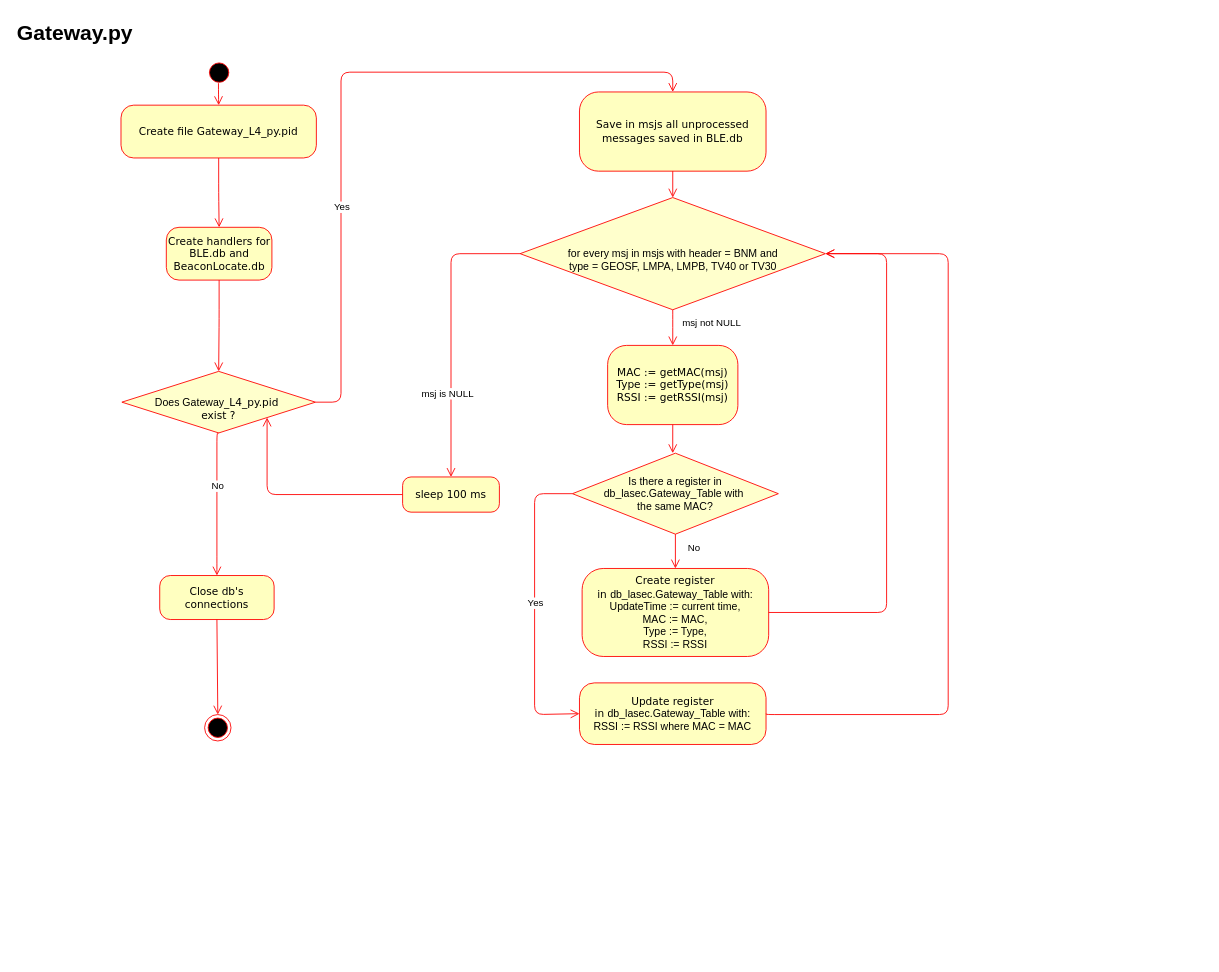
CesarRodriguez14/Tag_Vehiculo_4_0_Diagramas keeps this draw.io diagram as Modules/Gateway_py.drawio. Above is the earlier version. Source tidied: cells renumbered, new cells numbered last; positions are measured from the earlier drawing's top-left corner, leaving out a move shared by most shapes. Both pictures are drawn from the tidied source at 88%, with x=0, y=0 at pixel (15, 15).
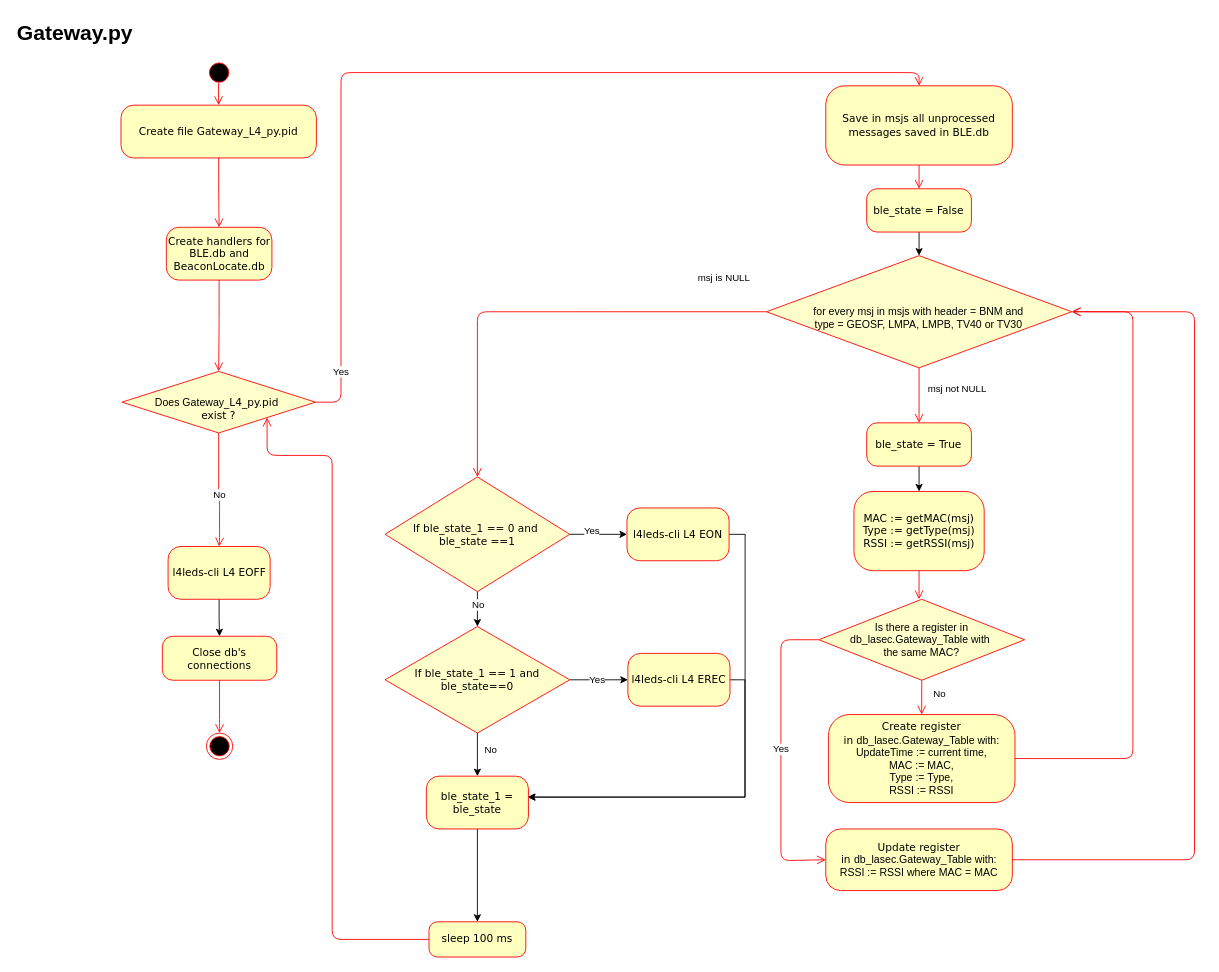
Above is the later version.

Unchanged cells that the change refers to:
```xml
<mxCell id="10" value="&lt;div&gt;&lt;br&gt;&lt;/div&gt;Does Gateway&lt;span style=&quot;font-family: Verdana;&quot;&gt;_L4_py&lt;/span&gt;&lt;span style=&quot;font-family: Verdana;&quot;&gt;.pid&lt;/span&gt;&lt;span style=&quot;font-family: Verdana;&quot;&gt;&amp;nbsp;&lt;/span&gt;&lt;div&gt;&lt;span style=&quot;font-family: Verdana;&quot;&gt;exist ?&lt;/span&gt;&lt;/div&gt;" style="rhombus;whiteSpace=wrap;html=1;fillColor=#FFFFCC;strokeColor=#FF0000;" parent="1" vertex="1">
  <mxGeometry x="121" y="404.5" width="220" height="70" as="geometry" />
</mxCell>
```

What changed in the source:
```diff
@@
-    <mxCell id="6" style="edgeStyle=orthogonalEdgeStyle;html=1;labelBackgroundColor=none;endArrow=open;endSize=8;strokeColor=#ff0000;fontFamily=Verdana;fontSize=12;align=left;exitX=0.5;exitY=1;exitDx=0;exitDy=0;entryX=0.5;entryY=0;entryDx=0;entryDy=0;" parent="1" edge="1" source="19" target="22">
+    <mxCell id="6" style="edgeStyle=orthogonalEdgeStyle;html=1;labelBackgroundColor=none;endArrow=open;endSize=8;strokeColor=#ff0000;fontFamily=Verdana;fontSize=12;align=left;exitX=0.5;exitY=1;exitDx=0;exitDy=0;entryX=0.5;entryY=0;entryDx=0;entryDy=0;" parent="1" edge="1" source="19" target="40">
       <mxGeometry relative="1" as="geometry">
         <Array as="points">
-          <mxPoint x="747" y="344.5" />
-          <mxPoint x="747" y="344.5" />
+          <mxPoint x="1026.9" y="463" />
+          <mxPoint x="1026.9" y="463" />
         </Array>
       </mxGeometry>
     </mxCell>
@@
     <mxCell id="11" value="Close db's connections" style="rounded=1;whiteSpace=wrap;html=1;arcSize=24;fillColor=#ffffc0;strokeColor=#ff0000;shadow=0;comic=0;labelBackgroundColor=none;fontFamily=Verdana;fontSize=12;fontColor=#000000;align=center;" parent="1" vertex="1">
-      <mxGeometry x="164" y="636.5" width="130" height="50" as="geometry" />
+      <mxGeometry x="167" y="705.5" width="130" height="50" as="geometry" />
     </mxCell>
-    <mxCell id="12" style="edgeStyle=orthogonalEdgeStyle;html=1;labelBackgroundColor=none;endArrow=open;endSize=8;strokeColor=#ff0000;fontFamily=Verdana;fontSize=12;align=left;exitX=0.5;exitY=1;exitDx=0;exitDy=0;entryX=0.5;entryY=0;entryDx=0;entryDy=0;" parent="1" edge="1" source="10" target="11">
+    <mxCell id="12" style="edgeStyle=orthogonalEdgeStyle;html=1;labelBackgroundColor=none;endArrow=open;endSize=8;strokeColor=#ff0000;fontFamily=Verdana;fontSize=12;align=left;exitX=0.5;exitY=1;exitDx=0;exitDy=0;entryX=0.5;entryY=0;entryDx=0;entryDy=0;" parent="1" edge="1" source="10" target="58">
       <mxGeometry relative="1" as="geometry">
         <Array as="points">
-          <mxPoint x="229" y="624.5" />
-          <mxPoint x="229" y="624.5" />
+          <mxPoint x="231" y="550" />
+          <mxPoint x="232" y="550" />
+          <mxPoint x="232" y="595" />
         </Array>
       </mxGeometry>
     </mxCell>
     <mxCell id="13" value="No" style="edgeLabel;html=1;align=center;verticalAlign=middle;" parent="12" vertex="1">
       <mxGeometry x="-0.19" relative="1" as="geometry">
-        <mxPoint y="-4" as="offset" />
+        <mxPoint y="17" as="offset" />
       </mxGeometry>
     </mxCell>
     <mxCell id="14" style="edgeStyle=orthogonalEdgeStyle;html=1;labelBackgroundColor=none;endArrow=open;endSize=8;strokeColor=#ff0000;fontFamily=Verdana;fontSize=12;align=left;exitX=0.5;exitY=1;exitDx=0;exitDy=0;entryX=0.5;entryY=0;entryDx=0;entryDy=0;" parent="1" edge="1" source="11" target="15">
       <mxGeometry relative="1" as="geometry">
         <Array as="points">
-          <mxPoint x="229" y="794.5" />
+          <mxPoint x="232" y="810" />
+          <mxPoint x="232" y="810" />
         </Array>
       </mxGeometry>
     </mxCell>
     <mxCell id="15" style="ellipse;html=1;shape=endState;fillColor=#000000;strokeColor=#ff0000;rounded=1;shadow=0;comic=0;labelBackgroundColor=none;fontFamily=Verdana;fontSize=12;fontColor=#000000;align=center;" parent="1" vertex="1">
-      <mxGeometry x="215" y="794.5" width="30" height="30" as="geometry" />
+      <mxGeometry x="217" y="815.5" width="30" height="30" as="geometry" />
     </mxCell>
     <mxCell id="16" value="Save in msjs all unprocessed messages saved in BLE.db" style="rounded=1;whiteSpace=wrap;html=1;arcSize=24;fillColor=#ffffc0;strokeColor=#ff0000;shadow=0;comic=0;labelBackgroundColor=none;fontFamily=Verdana;fontSize=12;fontColor=#000000;align=center;" parent="1" vertex="1">
-      <mxGeometry x="641" y="87" width="212" height="90" as="geometry" />
+      <mxGeometry x="920.9" y="80" width="212" height="90" as="geometry" />
     </mxCell>
     <mxCell id="17" style="edgeStyle=orthogonalEdgeStyle;html=1;labelBackgroundColor=none;endArrow=open;endSize=8;strokeColor=#ff0000;fontFamily=Verdana;fontSize=12;align=left;entryX=0.5;entryY=0;entryDx=0;entryDy=0;exitX=1;exitY=0.5;exitDx=0;exitDy=0;" parent="1" edge="1" source="10" target="16">
       <mxGeometry relative="1" as="geometry">
         <Array as="points">
-          <mxPoint x="370" y="439.5" />
-          <mxPoint x="370" y="64.5" />
-          <mxPoint x="747" y="64.5" />
+          <mxPoint x="370" y="439" />
+          <mxPoint x="370" y="65" />
+          <mxPoint x="1027" y="65" />
         </Array>
       </mxGeometry>
     </mxCell>
     <mxCell id="18" value="Yes" style="edgeLabel;html=1;align=center;verticalAlign=middle;" parent="17" vertex="1">
       <mxGeometry x="-0.07" y="3" relative="1" as="geometry">
-        <mxPoint x="3" y="123" as="offset" />
+        <mxPoint x="-97" y="342" as="offset" />
       </mxGeometry>
     </mxCell>
     <mxCell id="19" value="&lt;div&gt;&lt;br&gt;&lt;/div&gt;&lt;div&gt;for every msj in msjs with header = BNM and&lt;/div&gt;&lt;div&gt;type = GEOSF, LMPA, LMPB, TV40 or TV30&lt;/div&gt;" style="rhombus;whiteSpace=wrap;html=1;fillColor=#FFFFCC;strokeColor=#FF0000;" parent="1" vertex="1">
-      <mxGeometry x="573.5" y="207" width="347" height="127.5" as="geometry" />
+      <mxGeometry x="853.4" y="273" width="347" height="127.5" as="geometry" />
     </mxCell>
-    <mxCell id="20" style="edgeStyle=orthogonalEdgeStyle;html=1;labelBackgroundColor=none;endArrow=open;endSize=8;strokeColor=#ff0000;fontFamily=Verdana;fontSize=12;align=left;exitX=0.5;exitY=1;exitDx=0;exitDy=0;entryX=0.5;entryY=0;entryDx=0;entryDy=0;" parent="1" edge="1" source="16" target="19">
+    <mxCell id="20" style="edgeStyle=orthogonalEdgeStyle;html=1;labelBackgroundColor=none;endArrow=open;endSize=8;strokeColor=#ff0000;fontFamily=Verdana;fontSize=12;align=left;exitX=0.5;exitY=1;exitDx=0;exitDy=0;entryX=0.5;entryY=0;entryDx=0;entryDy=0;" parent="1" edge="1" source="16" target="38">
       <mxGeometry relative="1" as="geometry" />
     </mxCell>
     <mxCell id="21" value="&lt;div&gt;Is there a register in db_lasec.Gateway_Table with&amp;nbsp;&lt;/div&gt;&lt;div&gt;the same MAC?&lt;/div&gt;" style="rhombus;whiteSpace=wrap;html=1;fillColor=#FFFFCC;strokeColor=#FF0000;" parent="1" vertex="1">
-      <mxGeometry x="633" y="497.5" width="234" height="92" as="geometry" />
+      <mxGeometry x="912.9" y="663.5" width="234" height="92" as="geometry" />
     </mxCell>
     <mxCell id="22" value="MAC := getMAC(msj)&lt;div&gt;Type := getType(msj)&lt;/div&gt;&lt;div&gt;RSSI := getRSSI(msj)&lt;/div&gt;" style="rounded=1;whiteSpace=wrap;html=1;arcSize=24;fillColor=#ffffc0;strokeColor=#ff0000;shadow=0;comic=0;labelBackgroundColor=none;fontFamily=Verdana;fontSize=12;fontColor=#000000;align=center;" parent="1" vertex="1">
-      <mxGeometry x="673" y="375" width="148" height="90" as="geometry" />
+      <mxGeometry x="952.9" y="541" width="148" height="90" as="geometry" />
     </mxCell>
@@
-    <mxCell id="24" style="edgeStyle=orthogonalEdgeStyle;html=1;labelBackgroundColor=none;endArrow=open;endSize=8;strokeColor=#ff0000;fontFamily=Verdana;fontSize=12;align=left;entryX=0.5;entryY=0;entryDx=0;entryDy=0;exitX=0;exitY=0.5;exitDx=0;exitDy=0;" parent="1" edge="1" source="19" target="27">
+    <mxCell id="24" style="edgeStyle=orthogonalEdgeStyle;html=1;labelBackgroundColor=none;endArrow=open;endSize=8;strokeColor=#ff0000;fontFamily=Verdana;fontSize=12;align=left;exitX=0;exitY=0.5;exitDx=0;exitDy=0;entryX=0.5;entryY=0;entryDx=0;entryDy=0;" parent="1" edge="1" source="19" target="45">
       <mxGeometry relative="1" as="geometry">
         <Array as="points">
-          <mxPoint x="495" y="270.5" />
+          <mxPoint x="525" y="337" />
         </Array>
       </mxGeometry>
     </mxCell>
     <mxCell id="25" value="msj is NULL" style="edgeLabel;html=1;align=center;verticalAlign=middle;" parent="24" vertex="1">
       <mxGeometry x="-0.07" y="3" relative="1" as="geometry">
-        <mxPoint x="-8" y="83" as="offset" />
+        <mxPoint x="191" y="-42" as="offset" />
       </mxGeometry>
     </mxCell>
@@
     <mxCell id="27" value="sleep 100 ms" style="rounded=1;whiteSpace=wrap;html=1;arcSize=24;fillColor=#ffffc0;strokeColor=#ff0000;shadow=0;comic=0;labelBackgroundColor=none;fontFamily=Verdana;fontSize=12;fontColor=#000000;align=center;" parent="1" vertex="1">
-      <mxGeometry x="440" y="524.5" width="110" height="40" as="geometry" />
+      <mxGeometry x="470" y="1030" width="110" height="40" as="geometry" />
     </mxCell>
     <mxCell id="28" value="Create register in&amp;nbsp;&lt;span style=&quot;font-family: Helvetica;&quot;&gt;db_lasec.Gateway_Table with:&lt;/span&gt;&lt;div&gt;&lt;span style=&quot;font-family: Helvetica;&quot;&gt;UpdateTime := current time,&lt;/span&gt;&lt;/div&gt;&lt;div&gt;&lt;span style=&quot;font-family: Helvetica;&quot;&gt;MAC := MAC,&lt;/span&gt;&lt;/div&gt;&lt;div&gt;&lt;span style=&quot;font-family: Helvetica;&quot;&gt;Type := Type,&lt;/span&gt;&lt;/div&gt;&lt;div&gt;&lt;span style=&quot;font-family: Helvetica;&quot;&gt;RSSI := RSSI&lt;/span&gt;&lt;/div&gt;" style="rounded=1;whiteSpace=wrap;html=1;arcSize=24;fillColor=#ffffc0;strokeColor=#ff0000;shadow=0;comic=0;labelBackgroundColor=none;fontFamily=Verdana;fontSize=12;fontColor=#000000;align=center;" parent="1" vertex="1">
-      <mxGeometry x="644" y="628.5" width="212" height="100" as="geometry" />
+      <mxGeometry x="923.9" y="794.5" width="212" height="100" as="geometry" />
     </mxCell>
     <mxCell id="29" value="Update register in&amp;nbsp;&lt;span style=&quot;font-family: Helvetica;&quot;&gt;db_lasec.Gateway_Table with:&lt;/span&gt;&lt;div&gt;&lt;span style=&quot;font-family: Helvetica;&quot;&gt;RSSI := RSSI where MAC = MAC&lt;/span&gt;&lt;/div&gt;" style="rounded=1;whiteSpace=wrap;html=1;arcSize=24;fillColor=#ffffc0;strokeColor=#ff0000;shadow=0;comic=0;labelBackgroundColor=none;fontFamily=Verdana;fontSize=12;fontColor=#000000;align=center;" parent="1" vertex="1">
-      <mxGeometry x="641" y="758.5" width="212" height="70" as="geometry" />
+      <mxGeometry x="920.9" y="924.5" width="212" height="70" as="geometry" />
     </mxCell>
     <mxCell id="30" style="edgeStyle=orthogonalEdgeStyle;html=1;labelBackgroundColor=none;endArrow=open;endSize=8;strokeColor=#ff0000;fontFamily=Verdana;fontSize=12;align=left;entryX=0;entryY=0.5;entryDx=0;entryDy=0;exitX=0;exitY=0.5;exitDx=0;exitDy=0;" parent="1" edge="1" source="21" target="29">
       <mxGeometry relative="1" as="geometry">
         <Array as="points">
-          <mxPoint x="590" y="543.5" />
-          <mxPoint x="590" y="794.5" />
-          <mxPoint x="641" y="794.5" />
+          <mxPoint x="869.9" y="709.5" />
+          <mxPoint x="869.9" y="960.5" />
+          <mxPoint x="920.9" y="960.5" />
         </Array>
       </mxGeometry>
     </mxCell>
@@
     <mxCell id="34" style="edgeStyle=orthogonalEdgeStyle;html=1;labelBackgroundColor=none;endArrow=open;endSize=8;strokeColor=#ff0000;fontFamily=Verdana;fontSize=12;align=left;exitX=0;exitY=0.5;exitDx=0;exitDy=0;entryX=1;entryY=1;entryDx=0;entryDy=0;" parent="1" edge="1" source="27" target="10">
       <mxGeometry relative="1" as="geometry">
         <Array as="points">
-          <mxPoint x="286" y="544.5" />
+          <mxPoint x="360" y="1050" />
+          <mxPoint x="360" y="500" />
+          <mxPoint x="286" y="500" />
         </Array>
       </mxGeometry>
     </mxCell>
     <mxCell id="35" style="edgeStyle=orthogonalEdgeStyle;html=1;labelBackgroundColor=none;endArrow=open;endSize=8;strokeColor=#ff0000;fontFamily=Verdana;fontSize=12;align=left;exitX=1;exitY=0.5;exitDx=0;exitDy=0;entryX=1;entryY=0.5;entryDx=0;entryDy=0;" parent="1" edge="1" source="28" target="19">
       <mxGeometry relative="1" as="geometry">
         <Array as="points">
-          <mxPoint x="990" y="678.5" />
-          <mxPoint x="990" y="270.5" />
+          <mxPoint x="1269.9" y="845" />
+          <mxPoint x="1269.9" y="337" />
+          <mxPoint x="1200.9" y="337" />
         </Array>
       </mxGeometry>
     </mxCell>
     <mxCell id="36" style="edgeStyle=orthogonalEdgeStyle;html=1;labelBackgroundColor=none;endArrow=open;endSize=8;strokeColor=#ff0000;fontFamily=Verdana;fontSize=12;align=left;exitX=1;exitY=0.5;exitDx=0;exitDy=0;entryX=1;entryY=0.5;entryDx=0;entryDy=0;" parent="1" edge="1" source="29" target="19">
       <mxGeometry relative="1" as="geometry">
         <Array as="points">
-          <mxPoint x="1060" y="794.5" />
-          <mxPoint x="1060" y="270.5" />
+          <mxPoint x="1339.9" y="959" />
+          <mxPoint x="1339.9" y="337" />
+          <mxPoint x="1200.9" y="337" />
         </Array>
       </mxGeometry>
     </mxCell>
+    <mxCell id="37" style="edgeStyle=orthogonalEdgeStyle;rounded=0;jettySize=auto;html=1;exitX=0.5;exitY=1;exitDx=0;exitDy=0;entryX=0.5;entryY=0;entryDx=0;entryDy=0;" parent="1" edge="1" source="38" target="19">
+      <mxGeometry relative="1" as="geometry" />
+    </mxCell>
+    <mxCell id="38" value="ble_state = False" style="rounded=1;whiteSpace=wrap;html=1;arcSize=24;fillColor=#ffffc0;strokeColor=#ff0000;shadow=0;comic=0;labelBackgroundColor=none;fontFamily=Verdana;fontSize=12;fontColor=#000000;align=center;" parent="1" vertex="1">
+      <mxGeometry x="967.4" y="197" width="119" height="49.2" as="geometry" />
+    </mxCell>
+    <mxCell id="39" style="edgeStyle=orthogonalEdgeStyle;rounded=0;jettySize=auto;html=1;exitX=0.5;exitY=1;exitDx=0;exitDy=0;entryX=0.5;entryY=0;entryDx=0;entryDy=0;" parent="1" edge="1" source="40" target="22">
+      <mxGeometry relative="1" as="geometry" />
+    </mxCell>
+    <mxCell id="40" value="ble_state = True" style="rounded=1;whiteSpace=wrap;html=1;arcSize=24;fillColor=#ffffc0;strokeColor=#ff0000;shadow=0;comic=0;labelBackgroundColor=none;fontFamily=Verdana;fontSize=12;fontColor=#000000;align=center;" parent="1" vertex="1">
+      <mxGeometry x="967.4" y="463" width="119" height="49.2" as="geometry" />
+    </mxCell>
+    <mxCell id="41" style="edgeStyle=orthogonalEdgeStyle;rounded=0;jettySize=auto;html=1;exitX=1;exitY=0.5;exitDx=0;exitDy=0;entryX=0;entryY=0.5;entryDx=0;entryDy=0;" parent="1" edge="1" source="45" target="47">
+      <mxGeometry relative="1" as="geometry" />
+    </mxCell>
+    <mxCell id="42" value="Yes" style="edgeLabel;html=1;align=center;verticalAlign=middle;" parent="41" vertex="1">
+      <mxGeometry x="-0.24" y="-3" relative="1" as="geometry">
+        <mxPoint y="-7" as="offset" />
+      </mxGeometry>
+    </mxCell>
+    <mxCell id="43" style="edgeStyle=orthogonalEdgeStyle;rounded=0;jettySize=auto;html=1;exitX=0.5;exitY=1;exitDx=0;exitDy=0;" parent="1" edge="1" source="45" target="51">
+      <mxGeometry relative="1" as="geometry" />
+    </mxCell>
+    <mxCell id="44" value="No" style="edgeLabel;html=1;align=center;verticalAlign=middle;" parent="43" vertex="1">
+      <mxGeometry x="-0.5" y="-1" relative="1" as="geometry">
+        <mxPoint x="1" y="5" as="offset" />
+      </mxGeometry>
+    </mxCell>
+    <mxCell id="45" value="&lt;span style=&quot;font-family: Verdana;&quot;&gt;If ble_state_1 == 0 and&amp;nbsp;&lt;/span&gt;&lt;div&gt;&lt;span style=&quot;font-family: Verdana;&quot;&gt;ble_state ==1&lt;/span&gt;&lt;/div&gt;" style="rhombus;whiteSpace=wrap;html=1;fillColor=#FFFFCC;strokeColor=#FF0000;" parent="1" vertex="1">
+      <mxGeometry x="420" y="524.5" width="210" height="130.3" as="geometry" />
+    </mxCell>
+    <mxCell id="46" style="edgeStyle=orthogonalEdgeStyle;rounded=0;orthogonalLoop=1;jettySize=auto;html=1;exitX=1;exitY=0.5;exitDx=0;exitDy=0;entryX=0.994;entryY=0.397;entryDx=0;entryDy=0;entryPerimeter=0;" parent="1" edge="1">
+      <mxGeometry relative="1" as="geometry">
+        <mxPoint x="811.2" y="589.7" as="sourcePoint" />
+        <mxPoint x="582.5" y="888.3" as="targetPoint" />
+        <Array as="points">
+          <mxPoint x="829.2" y="589.5" />
+          <mxPoint x="829.2" y="888.5" />
+        </Array>
+      </mxGeometry>
+    </mxCell>
+    <mxCell id="47" value="l4leds-cli L4 EON" style="rounded=1;whiteSpace=wrap;html=1;arcSize=24;fillColor=#ffffc0;strokeColor=#ff0000;shadow=0;comic=0;labelBackgroundColor=none;fontFamily=Verdana;fontSize=12;fontColor=#000000;align=center;" parent="1" vertex="1">
+      <mxGeometry x="695" y="559.7" width="116" height="60" as="geometry" />
+    </mxCell>
+    <mxCell id="48" style="edgeStyle=orthogonalEdgeStyle;rounded=0;jettySize=auto;html=1;exitX=1;exitY=0.5;exitDx=0;exitDy=0;entryX=0;entryY=0.5;entryDx=0;entryDy=0;" parent="1" edge="1" source="51" target="53">
+      <mxGeometry relative="1" as="geometry" />
+    </mxCell>
+    <mxCell id="49" value="Yes" style="edgeLabel;html=1;align=center;verticalAlign=middle;" parent="48" vertex="1">
+      <mxGeometry x="-0.1" y="1" relative="1" as="geometry" />
+    </mxCell>
+    <mxCell id="50" value="No" style="edgeLabel;html=1;align=center;verticalAlign=middle;" parent="1" vertex="1">
+      <mxGeometry x="539" y="834.5" as="geometry" />
+    </mxCell>
+    <mxCell id="51" value="&lt;span style=&quot;font-family: Verdana;&quot;&gt;If ble_state_1 == 1 and ble_state==0&lt;/span&gt;" style="rhombus;whiteSpace=wrap;html=1;fillColor=#FFFFCC;strokeColor=#FF0000;" parent="1" vertex="1">
+      <mxGeometry x="420" y="694.5" width="210" height="121" as="geometry" />
+    </mxCell>
+    <mxCell id="52" style="edgeStyle=orthogonalEdgeStyle;rounded=0;jettySize=auto;html=1;exitX=1;exitY=0.5;exitDx=0;exitDy=0;entryX=0.994;entryY=0.397;entryDx=0;entryDy=0;entryPerimeter=0;" parent="1" edge="1" source="53" target="56">
+      <mxGeometry relative="1" as="geometry">
+        <Array as="points">
+          <mxPoint x="829" y="755.5" />
+          <mxPoint x="829" y="888.5" />
+        </Array>
+      </mxGeometry>
+    </mxCell>
+    <mxCell id="53" value="l4leds-cli L4 EREC" style="rounded=1;whiteSpace=wrap;html=1;arcSize=24;fillColor=#ffffc0;strokeColor=#ff0000;shadow=0;comic=0;labelBackgroundColor=none;fontFamily=Verdana;fontSize=12;fontColor=#000000;align=center;" parent="1" vertex="1">
+      <mxGeometry x="696" y="725" width="116" height="60" as="geometry" />
+    </mxCell>
+    <mxCell id="54" style="edgeStyle=orthogonalEdgeStyle;rounded=0;jettySize=auto;html=1;exitX=0.5;exitY=1;exitDx=0;exitDy=0;entryX=0.5;entryY=0;entryDx=0;entryDy=0;" parent="1" edge="1" source="51" target="56">
+      <mxGeometry relative="1" as="geometry" />
+    </mxCell>
+    <mxCell id="55" style="edgeStyle=orthogonalEdgeStyle;rounded=0;jettySize=auto;html=1;exitX=0.5;exitY=1;exitDx=0;exitDy=0;entryX=0.5;entryY=0;entryDx=0;entryDy=0;" parent="1" edge="1" source="56" target="27">
+      <mxGeometry relative="1" as="geometry" />
+    </mxCell>
+    <mxCell id="56" value="ble_state_1 = ble_state" style="rounded=1;whiteSpace=wrap;html=1;arcSize=24;fillColor=#ffffc0;strokeColor=#ff0000;shadow=0;comic=0;labelBackgroundColor=none;fontFamily=Verdana;fontSize=12;fontColor=#000000;align=center;" parent="1" vertex="1">
+      <mxGeometry x="467" y="864.5" width="116" height="60" as="geometry" />
+    </mxCell>
+    <mxCell id="57" style="edgeStyle=orthogonalEdgeStyle;rounded=0;jettySize=auto;html=1;exitX=0.5;exitY=1;exitDx=0;exitDy=0;entryX=0.5;entryY=0;entryDx=0;entryDy=0;" parent="1" edge="1" source="58" target="11">
+      <mxGeometry relative="1" as="geometry" />
+    </mxCell>
+    <mxCell id="58" value="l4leds-cli L4 EOFF" style="rounded=1;whiteSpace=wrap;html=1;arcSize=24;fillColor=#ffffc0;strokeColor=#ff0000;shadow=0;comic=0;labelBackgroundColor=none;fontFamily=Verdana;fontSize=12;fontColor=#000000;align=center;" parent="1" vertex="1">
+      <mxGeometry x="173.5" y="603.5" width="116" height="60" as="geometry" />
+    </mxCell>
```
